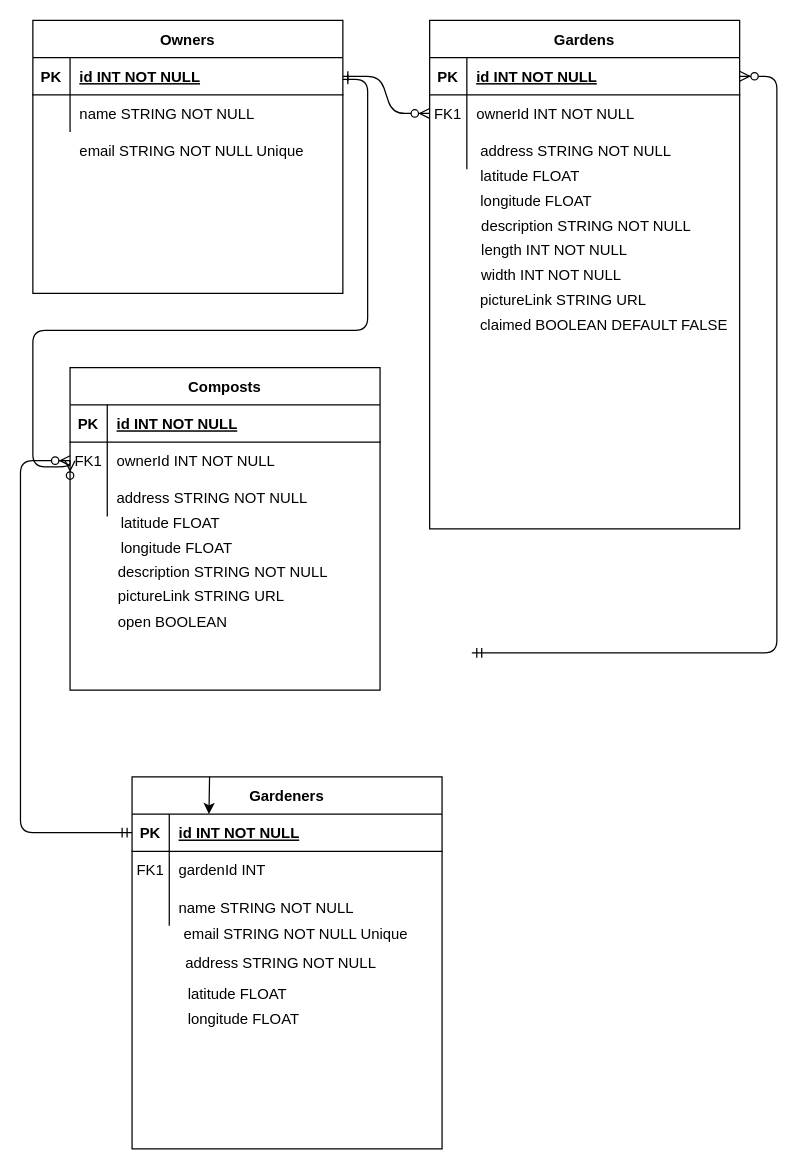
The draw.io diagram public/images/GardenERD.drawio in JSK321/garden-share, before the edit. Source tidied: cells renumbered, new cells numbered last; positions are measured from the earlier drawing's top-left corner, leaving out a move shared by most shapes. Both pictures are drawn from the tidied source at 124%, with x=0, y=0 at pixel (-30, 20).
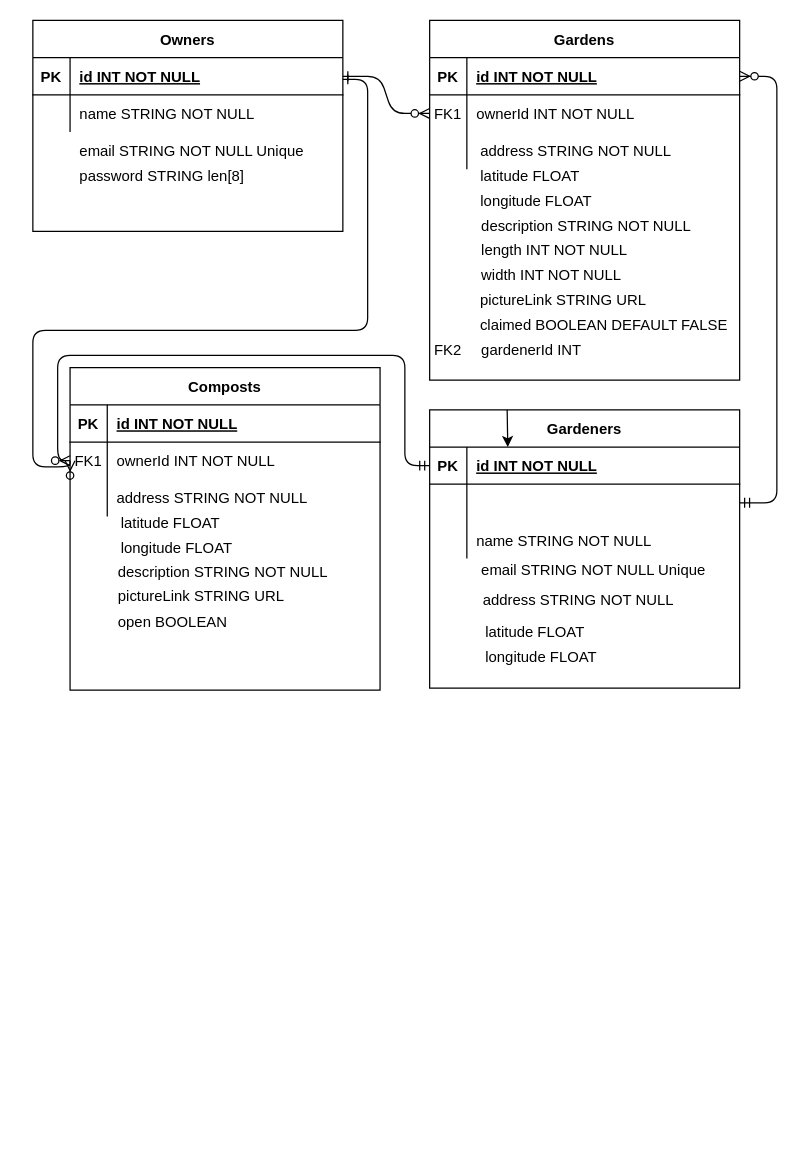
Above is the later version.

The change refers to these unchanged cells:
```xml
<mxCell id="19" style="shape=partialRectangle;fillColor=none;points=[[0,0.5],[1,0.5]];portConstraint=eastwest;top=0;left=0;right=0;bottom=1;" parent="18" vertex="1">
  <mxGeometry y="30" width="250" height="30" as="geometry" />
</mxCell>
<mxCell id="33" style="shape=partialRectangle;fillColor=none;points=[[0,0.5],[1,0.5]];portConstraint=eastwest;top=0;left=0;right=0;bottom=0;" parent="29" vertex="1">
  <mxGeometry y="60" width="250" height="30" as="geometry" />
</mxCell>
<mxCell id="53" style="shape=partialRectangle;fillColor=none;points=[[0,0.5],[1,0.5]];portConstraint=eastwest;top=0;left=0;right=0;bottom=1;" parent="52" vertex="1">
  <mxGeometry y="30" width="250" height="30" as="geometry" />
</mxCell>
<mxCell id="56" style="shape=partialRectangle;fillColor=none;points=[[0,0.5],[1,0.5]];portConstraint=eastwest;top=0;left=0;right=0;bottom=0;" parent="52" vertex="1">
  <mxGeometry y="60" width="250" height="30" as="geometry" />
</mxCell>
```

What changed in the source:
```diff
@@
     <mxCell id="3" value="Owners" style="shape=table;startSize=30;childLayout=tableLayout;rowLines=0;fontStyle=1;align=center;" parent="1" vertex="1">
-      <mxGeometry x="50" width="250" height="220" as="geometry" />
+      <mxGeometry x="50" width="250" height="170" as="geometry" />
     </mxCell>
@@
     <mxCell id="18" value="Gardens" style="shape=table;startSize=30;childLayout=tableLayout;rowLines=0;fontStyle=1;align=center;" parent="1" vertex="1">
-      <mxGeometry x="370" width="250" height="410" as="geometry" />
+      <mxGeometry x="370" width="250" height="290" as="geometry" />
     </mxCell>
@@
-    <mxCell id="39" style="edgeStyle=elbowEdgeStyle;fontSize=12;html=1;endArrow=ERzeroToMany;startArrow=ERmandOne;entryX=1;entryY=0.5;entryDx=0;entryDy=0;" parent="1" edge="1" target="19">
+    <mxCell id="39" style="edgeStyle=elbowEdgeStyle;fontSize=12;html=1;endArrow=ERzeroToMany;startArrow=ERmandOne;entryX=1;entryY=0.5;entryDx=0;entryDy=0;exitX=1;exitY=0.5;exitDx=0;exitDy=0;" parent="1" edge="1" source="56" target="19">
       <mxGeometry relative="1" as="geometry">
-        <mxPoint x="404" y="510" as="sourcePoint" />
         <Array as="points">
           <mxPoint x="650" y="280" />
         </Array>
       </mxGeometry>
     </mxCell>
-    <mxCell id="40" style="edgeStyle=elbowEdgeStyle;fontSize=12;html=1;endArrow=ERzeroToMany;startArrow=ERmandOne;exitX=0;exitY=0.5;exitDx=0;exitDy=0;entryX=0;entryY=0.5;entryDx=0;entryDy=0;" parent="1" edge="1" source="53" target="33">
+    <mxCell id="40" style="edgeStyle=orthogonalEdgeStyle;fontSize=12;html=1;endArrow=ERzeroToMany;startArrow=ERmandOne;exitX=0;exitY=0.5;exitDx=0;exitDy=0;entryX=0;entryY=0.5;entryDx=0;entryDy=0;" parent="1" edge="1" source="53" target="33">
       <mxGeometry relative="1" as="geometry">
         <Array as="points">
-          <mxPoint x="40" y="450" />
-          <mxPoint y="440" />
+          <mxPoint x="350" y="359" />
+          <mxPoint x="350" y="270" />
+          <mxPoint x="70" y="270" />
+          <mxPoint x="70" y="355" />
         </Array>
       </mxGeometry>
     </mxCell>
@@
     <mxCell id="45" style="group;" parent="1" vertex="1">
-      <mxGeometry x="130" y="610" width="254" height="300" as="geometry" />
+      <mxGeometry x="370" y="314" width="254" height="306" as="geometry" />
     </mxCell>
     <mxCell id="46" style="shape=partialRectangle;fillColor=none;top=0;left=0;right=0;bottom=0;" parent="45" vertex="1">
-      <mxGeometry x="4" y="111" width="250" height="30" as="geometry" />
+      <mxGeometry x="4" y="113.2" width="250" height="30.6" as="geometry" />
     </mxCell>
     <mxCell id="47" style="shape=partialRectangle;overflow=hidden;fillColor=none;top=0;left=0;bottom=0;right=0;" parent="46" vertex="1">
-      <mxGeometry width="30" height="30" as="geometry" />
+      <mxGeometry width="30" height="30.6" as="geometry" />
     </mxCell>
     <mxCell id="48" value="email STRING NOT NULL Unique" style="shape=partialRectangle;overflow=hidden;fillColor=none;top=0;left=0;bottom=0;right=0;align=left;spacingLeft=6;" parent="46" vertex="1">
-      <mxGeometry x="30" width="220" height="30" as="geometry" />
+      <mxGeometry x="30" width="220" height="30.6" as="geometry" />
     </mxCell>
     <mxCell id="49" value=" address STRING NOT NULL" style="shape=partialRectangle;overflow=hidden;fillColor=none;top=0;left=0;bottom=0;right=0;align=left;spacingLeft=6;" parent="45" vertex="1">
-      <mxGeometry x="32" y="135" width="220" height="30" as="geometry" />
+      <mxGeometry x="32" y="137.7" width="220" height="30.6" as="geometry" />
     </mxCell>
     <mxCell id="50" value=" latitude FLOAT" style="shape=partialRectangle;overflow=hidden;fillColor=none;top=0;left=0;bottom=0;right=0;align=left;spacingLeft=6;" parent="45" vertex="1">
-      <mxGeometry x="34" y="160" width="220" height="30" as="geometry" />
+      <mxGeometry x="34" y="163.2" width="220" height="30.6" as="geometry" />
     </mxCell>
     <mxCell id="51" value=" longitude FLOAT" style="shape=partialRectangle;overflow=hidden;fillColor=none;top=0;left=0;bottom=0;right=0;align=left;spacingLeft=6;" parent="45" vertex="1">
-      <mxGeometry x="34" y="180" width="220" height="30" as="geometry" />
+      <mxGeometry x="34" y="183.6" width="220" height="30.6" as="geometry" />
     </mxCell>
     <mxCell id="52" value="Gardeners" style="shape=table;startSize=30;childLayout=tableLayout;rowLines=0;fontStyle=1;align=center;" parent="45" vertex="1">
-      <mxGeometry width="250" height="300" as="geometry" />
+      <mxGeometry width="250" height="224.4" as="geometry" />
     </mxCell>
@@
-    <mxCell id="57" value="FK1" style="shape=partialRectangle;overflow=hidden;fillColor=none;top=0;left=0;bottom=0;right=0;" parent="56" vertex="1">
+    <mxCell id="57" style="shape=partialRectangle;overflow=hidden;fillColor=none;top=0;left=0;bottom=0;right=0;" parent="56" vertex="1">
       <mxGeometry width="30" height="30" as="geometry" />
     </mxCell>
-    <mxCell id="58" value="gardenId INT" style="shape=partialRectangle;overflow=hidden;fillColor=none;top=0;left=0;bottom=0;right=0;align=left;spacingLeft=6;" parent="56" vertex="1">
+    <mxCell id="58" style="shape=partialRectangle;overflow=hidden;fillColor=none;top=0;left=0;bottom=0;right=0;align=left;spacingLeft=6;" parent="56" vertex="1">
       <mxGeometry x="30" width="220" height="30" as="geometry" />
     </mxCell>
@@
+    <mxCell id="64" value="gardenerId INT " style="shape=partialRectangle;overflow=hidden;fillColor=none;top=0;left=0;bottom=0;right=0;align=left;spacingLeft=6;" parent="1" vertex="1">
+      <mxGeometry x="404" y="250" width="220" height="30" as="geometry" />
+    </mxCell>
+    <mxCell id="65" value="FK2" style="shape=partialRectangle;overflow=hidden;fillColor=none;top=0;left=0;bottom=0;right=0;" parent="1" vertex="1">
+      <mxGeometry x="370" y="250" width="30" height="30" as="geometry" />
+    </mxCell>
+    <mxCell id="66" value="password STRING len[8]" style="shape=partialRectangle;overflow=hidden;fillColor=none;top=0;left=0;bottom=0;right=0;align=left;spacingLeft=6;" parent="1" vertex="1">
+      <mxGeometry x="80" y="110" width="220" height="30" as="geometry" />
+    </mxCell>
```
